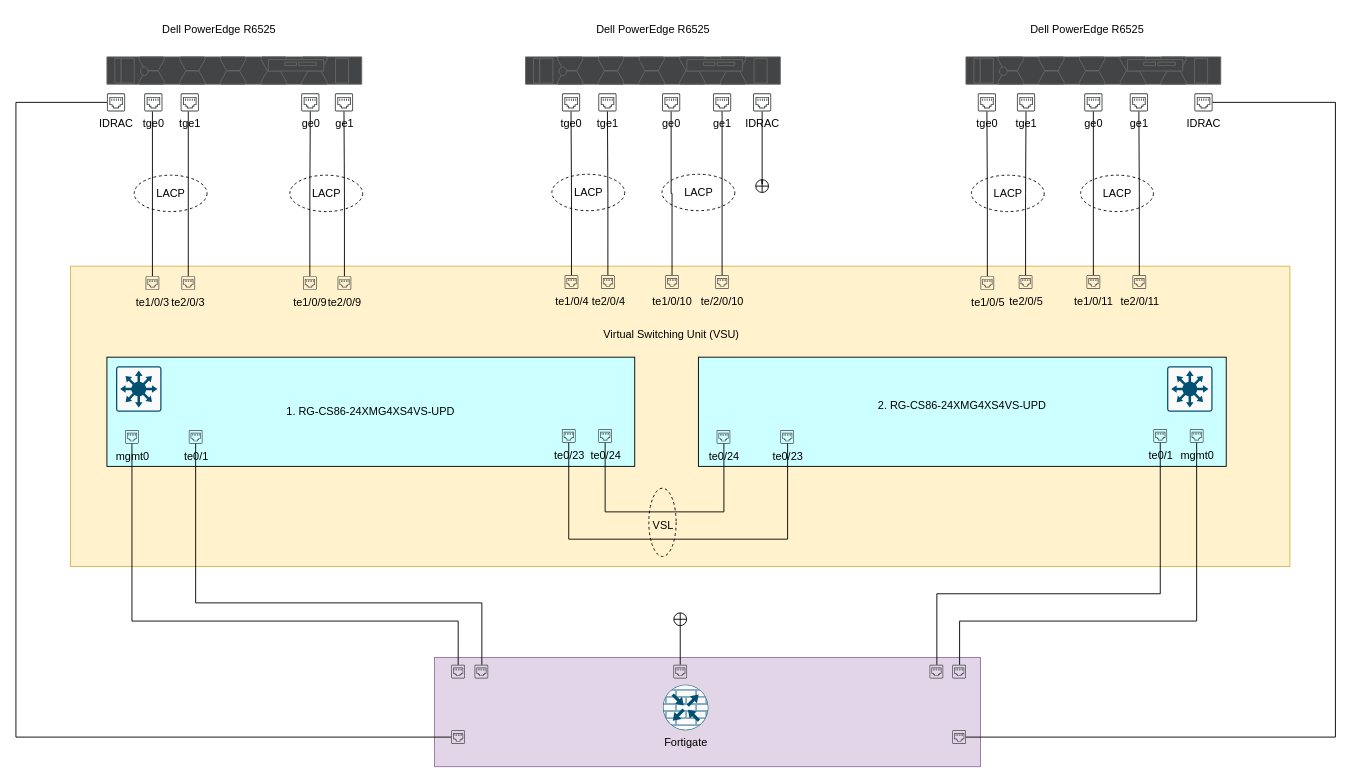
The draw.io diagram NetworkDiagram.drawio in aadarshadhakalg/aadarshadhakalg, before the edit. Source tidied: cells renumbered, new cells numbered last; positions are measured from the earlier drawing's top-left corner, leaving out a move shared by most shapes. Both pictures are drawn from the tidied source at 91%, with x=0, y=0 at pixel (15, 15).
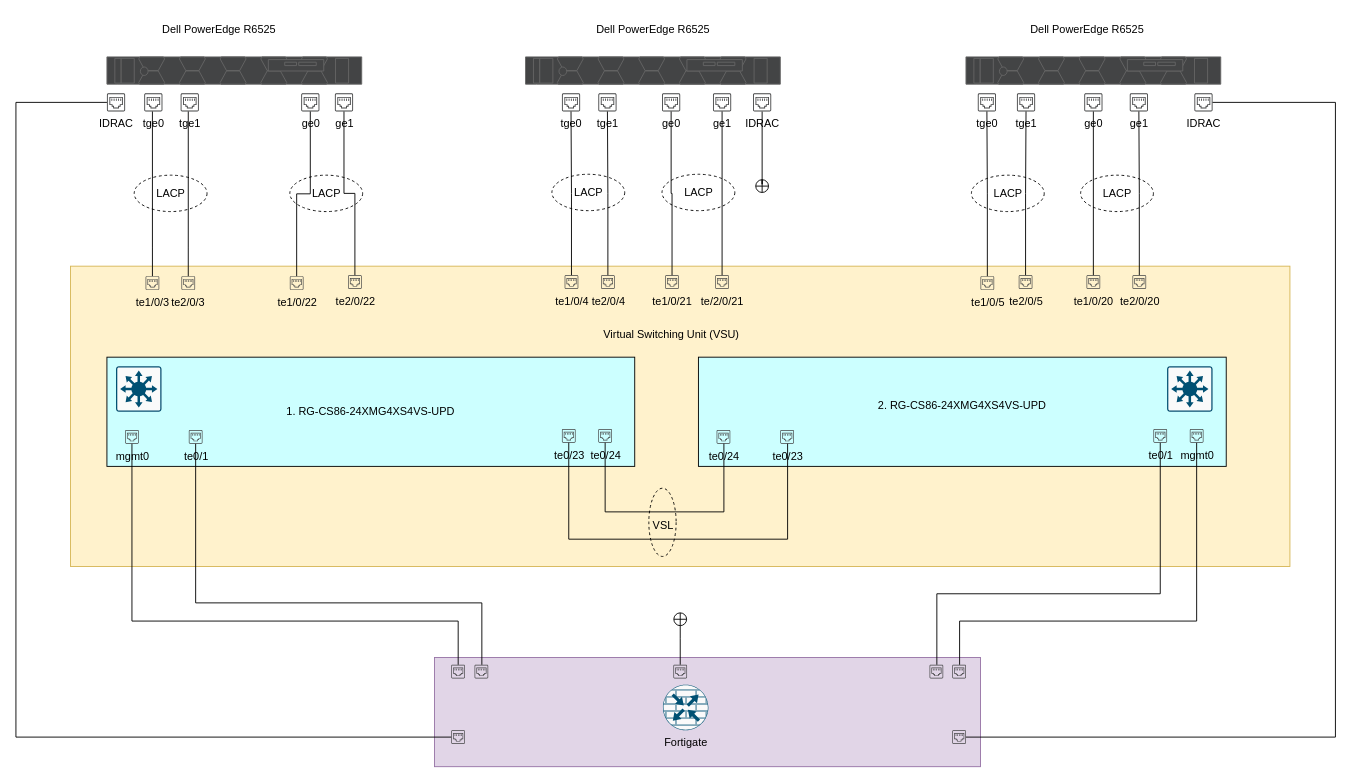
The same diagram, later.

Change to the diagram source:
```diff
@@
-    <mxCell id="49" value="te1/0/9" style="sketch=0;shadow=0;dashed=0;html=1;strokeColor=none;fillColor=#434445;labelPosition=center;verticalLabelPosition=bottom;verticalAlign=top;align=center;outlineConnect=0;shape=mxgraph.vvd.ethernet_port;" parent="1" vertex="1">
-      <mxGeometry x="315.5" y="286" width="15" height="15" as="geometry" />
+    <mxCell id="49" value="te1/0/22" style="sketch=0;shadow=0;dashed=0;html=1;strokeColor=none;fillColor=#434445;labelPosition=center;verticalLabelPosition=bottom;verticalAlign=top;align=center;outlineConnect=0;shape=mxgraph.vvd.ethernet_port;" parent="1" vertex="1">
+      <mxGeometry x="301" y="286" width="15" height="15" as="geometry" />
     </mxCell>
@@
-    <mxCell id="51" value="te2/0/9" style="sketch=0;shadow=0;dashed=0;html=1;strokeColor=none;fillColor=#434445;labelPosition=center;verticalLabelPosition=bottom;verticalAlign=top;align=center;outlineConnect=0;shape=mxgraph.vvd.ethernet_port;" parent="1" vertex="1">
-      <mxGeometry x="353.5" y="286" width="15" height="15" as="geometry" />
+    <mxCell id="51" value="te2/0/22" style="sketch=0;shadow=0;dashed=0;html=1;strokeColor=none;fillColor=#434445;labelPosition=center;verticalLabelPosition=bottom;verticalAlign=top;align=center;outlineConnect=0;shape=mxgraph.vvd.ethernet_port;" parent="1" vertex="1">
+      <mxGeometry x="365" y="285" width="15" height="15" as="geometry" />
     </mxCell>
@@
-    <mxCell id="57" value="te1/0/10" style="sketch=0;shadow=0;dashed=0;html=1;strokeColor=none;fillColor=#434445;labelPosition=center;verticalLabelPosition=bottom;verticalAlign=top;align=center;outlineConnect=0;shape=mxgraph.vvd.ethernet_port;" parent="1" vertex="1">
+    <mxCell id="57" value="te1/0/21" style="sketch=0;shadow=0;dashed=0;html=1;strokeColor=none;fillColor=#434445;labelPosition=center;verticalLabelPosition=bottom;verticalAlign=top;align=center;outlineConnect=0;shape=mxgraph.vvd.ethernet_port;" parent="1" vertex="1">
       <mxGeometry x="713.5" y="285" width="15" height="15" as="geometry" />
     </mxCell>
@@
-    <mxCell id="59" value="te/2/0/10" style="sketch=0;shadow=0;dashed=0;html=1;strokeColor=none;fillColor=#434445;labelPosition=center;verticalLabelPosition=bottom;verticalAlign=top;align=center;outlineConnect=0;shape=mxgraph.vvd.ethernet_port;" parent="1" vertex="1">
+    <mxCell id="59" value="te/2/0/21" style="sketch=0;shadow=0;dashed=0;html=1;strokeColor=none;fillColor=#434445;labelPosition=center;verticalLabelPosition=bottom;verticalAlign=top;align=center;outlineConnect=0;shape=mxgraph.vvd.ethernet_port;" parent="1" vertex="1">
       <mxGeometry x="768.5" y="285" width="15" height="15" as="geometry" />
     </mxCell>
@@
-    <mxCell id="65" value="te1/0/11" style="sketch=0;shadow=0;dashed=0;html=1;strokeColor=none;fillColor=#434445;labelPosition=center;verticalLabelPosition=bottom;verticalAlign=top;align=center;outlineConnect=0;shape=mxgraph.vvd.ethernet_port;" parent="1" vertex="1">
+    <mxCell id="65" value="te1/0/20" style="sketch=0;shadow=0;dashed=0;html=1;strokeColor=none;fillColor=#434445;labelPosition=center;verticalLabelPosition=bottom;verticalAlign=top;align=center;outlineConnect=0;shape=mxgraph.vvd.ethernet_port;" parent="1" vertex="1">
       <mxGeometry x="1176.5" y="285" width="15" height="15" as="geometry" />
     </mxCell>
@@
-    <mxCell id="67" value="te2/0/11" style="sketch=0;shadow=0;dashed=0;html=1;strokeColor=none;fillColor=#434445;labelPosition=center;verticalLabelPosition=bottom;verticalAlign=top;align=center;outlineConnect=0;shape=mxgraph.vvd.ethernet_port;" parent="1" vertex="1">
+    <mxCell id="67" value="te2/0/20" style="sketch=0;shadow=0;dashed=0;html=1;strokeColor=none;fillColor=#434445;labelPosition=center;verticalLabelPosition=bottom;verticalAlign=top;align=center;outlineConnect=0;shape=mxgraph.vvd.ethernet_port;" parent="1" vertex="1">
       <mxGeometry x="1227" y="285" width="15" height="15" as="geometry" />
     </mxCell>
```
